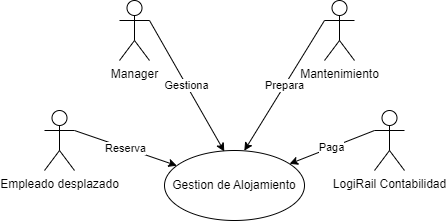
Before: Diagramas/diagrama.png, a diagram exported from draw.io (Yugurto7/Logirail-Project). Source tidied: cells renumbered, new cells last; positions are measured from the earlier drawing's top-left corner, leaving out a move shared by most shapes.
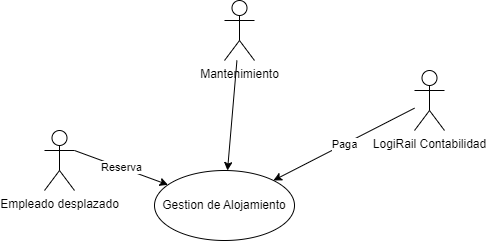
The same diagram one commit later.

Commit message:
News Uses case

The edit, as a diff of the source:
```diff
@@ -9,25 +9,19 @@
       <mxGeometry relative="1" as="geometry" />
     </mxCell>
     <mxCell id="4" value="Empleado desplazado" style="shape=umlActor;verticalLabelPosition=bottom;verticalAlign=top;html=1;" parent="1" vertex="1">
-      <mxGeometry y="110" width="30" height="60" as="geometry" />
+      <mxGeometry x="10" y="110" width="30" height="60" as="geometry" />
     </mxCell>
-    <mxCell id="5" value="Prepara" style="edgeStyle=none;html=1;entryX=0.57;entryY=0.003;entryDx=0;entryDy=0;exitX=0;exitY=0.3333333333333333;exitDx=0;exitDy=0;exitPerimeter=0;entryPerimeter=0;" parent="1" edge="1" source="6" target="2">
-      <mxGeometry relative="1" as="geometry" />
-    </mxCell>
+    <mxCell id="9" style="edgeStyle=none;html=1;" parent="1" edge="1" source="6" target="2">
+      <mxGeometry relative="1" as="geometry" />
+    </mxCell>
     <mxCell id="6" value="Mantenimiento" style="shape=umlActor;verticalLabelPosition=bottom;verticalAlign=top;html=1;" parent="1" vertex="1">
-      <mxGeometry x="280" width="30" height="60" as="geometry" />
+      <mxGeometry x="190" y="-20" width="30" height="60" as="geometry" />
     </mxCell>
-    <mxCell id="7" value="Paga" style="edgeStyle=none;html=1;exitX=0;exitY=0.3333333333333333;exitDx=0;exitDy=0;exitPerimeter=0;" parent="1" edge="1" source="8" target="2">
+    <mxCell id="7" value="Paga" style="edgeStyle=none;html=1;" parent="1" edge="1" source="8" target="2">
       <mxGeometry relative="1" as="geometry" />
     </mxCell>
     <mxCell id="8" value="LogiRail Contabilidad" style="shape=umlActor;verticalLabelPosition=bottom;verticalAlign=top;html=1;" parent="1" vertex="1">
-      <mxGeometry x="330" y="110" width="30" height="60" as="geometry" />
+      <mxGeometry x="380" y="50" width="30" height="60" as="geometry" />
     </mxCell>
-    <mxCell id="9" value="Gestiona" style="edgeStyle=none;html=1;entryX=0.427;entryY=0.014;entryDx=0;entryDy=0;exitX=1;exitY=0.3333333333333333;exitDx=0;exitDy=0;exitPerimeter=0;entryPerimeter=0;" parent="1" edge="1" source="10" target="2">
-      <mxGeometry relative="1" as="geometry" />
-    </mxCell>
-    <mxCell id="10" value="Manager" style="shape=umlActor;verticalLabelPosition=bottom;verticalAlign=top;html=1;" parent="1" vertex="1">
-      <mxGeometry x="75" width="30" height="60" as="geometry" />
-    </mxCell>
   </root>
 </mxGraphModel>
```
